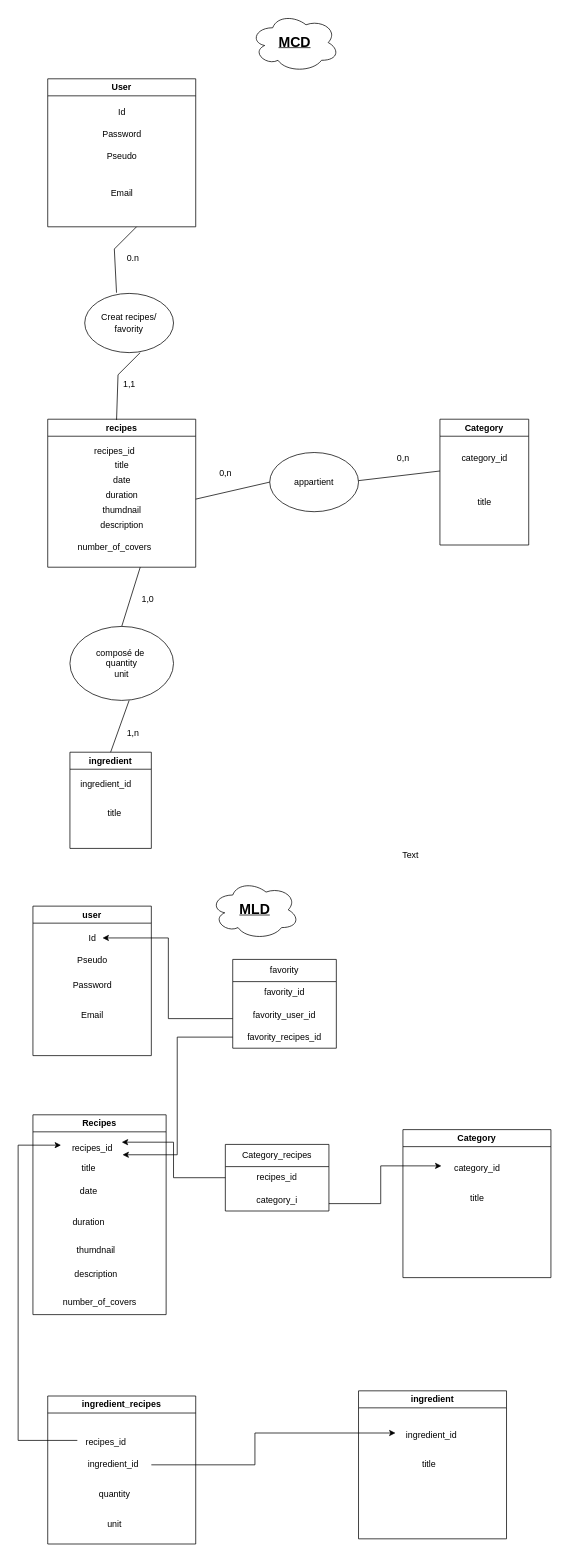
The draw.io diagram Reccettes-cuisin.drawio in achahbounehamid/projet-reccettes-cuisine, before the edit. Source tidied: cells renumbered, new cells numbered last; positions are measured from the earlier drawing's top-left corner, leaving out a move shared by most shapes. Both pictures are drawn from the tidied source at 74%, with x=0, y=0 at pixel (18, 13).
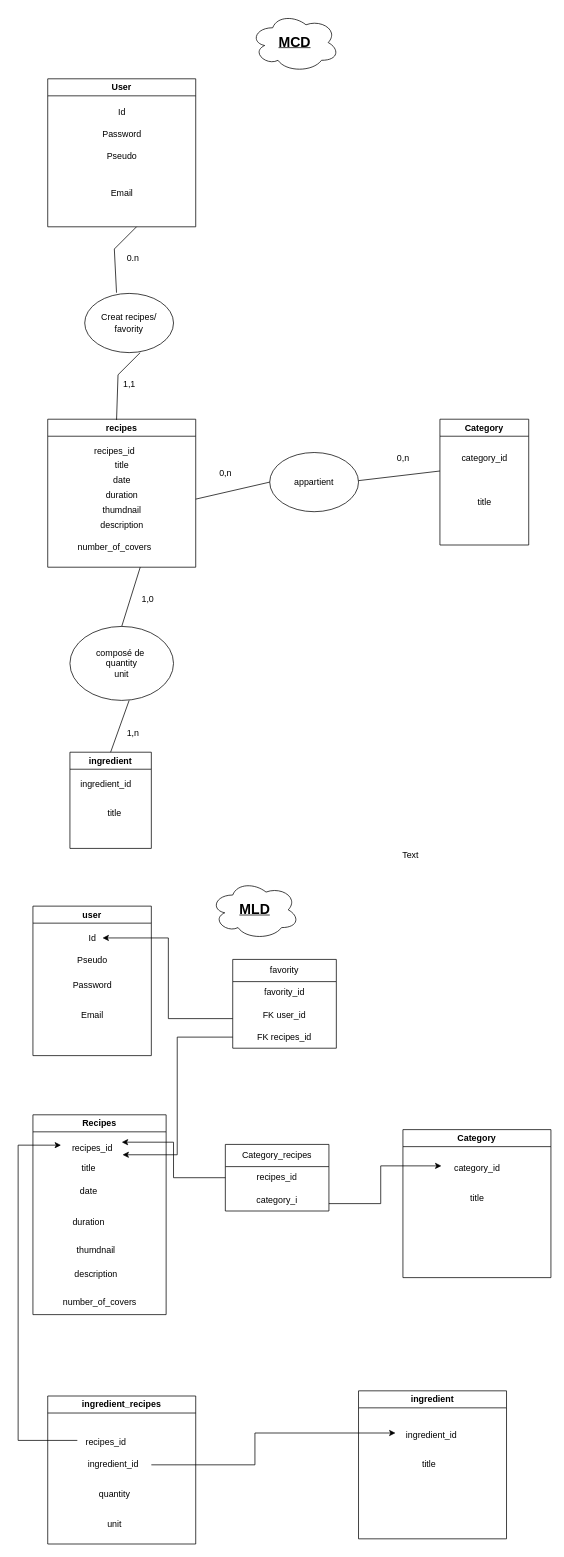
After the change.

Commit message:
Mettre à jour Reccettes-cuisin.drawio

The change refers to these unchanged cells:
```xml
<mxCell id="23" value="favority" style="swimlane;fontStyle=0;horizontal=1;startSize=30;whiteSpace=wrap;html=1;" parent="1" vertex="1">
  <mxGeometry x="290" y="1279" width="140" height="120" as="geometry" />
</mxCell>
```

The edit, as a diff of the source:
```diff
@@
-    <mxCell id="25" value="favority_user_id" style="text;strokeColor=none;fillColor=none;align=center;verticalAlign=middle;spacingLeft=4;spacingRight=4;overflow=hidden;points=[[0,0.5],[1,0.5]];portConstraint=eastwest;whiteSpace=wrap;html=1;" parent="23" vertex="1">
+    <mxCell id="25" value="FK user_id" style="text;strokeColor=none;fillColor=none;align=center;verticalAlign=middle;spacingLeft=4;spacingRight=4;overflow=hidden;points=[[0,0.5],[1,0.5]];portConstraint=eastwest;whiteSpace=wrap;html=1;" parent="23" vertex="1">
       <mxGeometry y="60" width="140" height="30" as="geometry" />
     </mxCell>
-    <mxCell id="26" value="favority_recipes_id" style="text;strokeColor=none;fillColor=none;align=center;verticalAlign=middle;spacingLeft=4;spacingRight=4;overflow=hidden;points=[[0,0.5],[1,0.5]];portConstraint=eastwest;whiteSpace=wrap;html=1;" parent="23" vertex="1">
+    <mxCell id="26" value="FK recipes_id" style="text;strokeColor=none;fillColor=none;align=center;verticalAlign=middle;spacingLeft=4;spacingRight=4;overflow=hidden;points=[[0,0.5],[1,0.5]];portConstraint=eastwest;whiteSpace=wrap;html=1;" parent="23" vertex="1">
       <mxGeometry y="90" width="140" height="30" as="geometry" />
     </mxCell>
```
